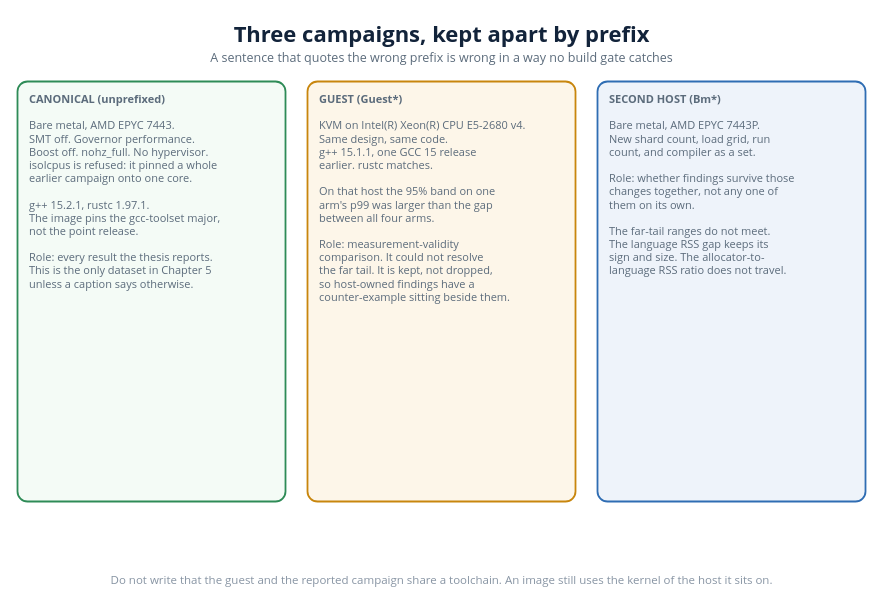
Before: diagrams/review/37_three_campaigns.drawio in VienThanh12/Master-Thesis, a draw.io diagram. Source tidied: cells renumbered, new cells numbered last; positions are measured from the earlier drawing's top-left corner, leaving out a move shared by most shapes. Both pictures are drawn from the tidied source at 100%, with x=0, y=0 at pixel (17, 16).
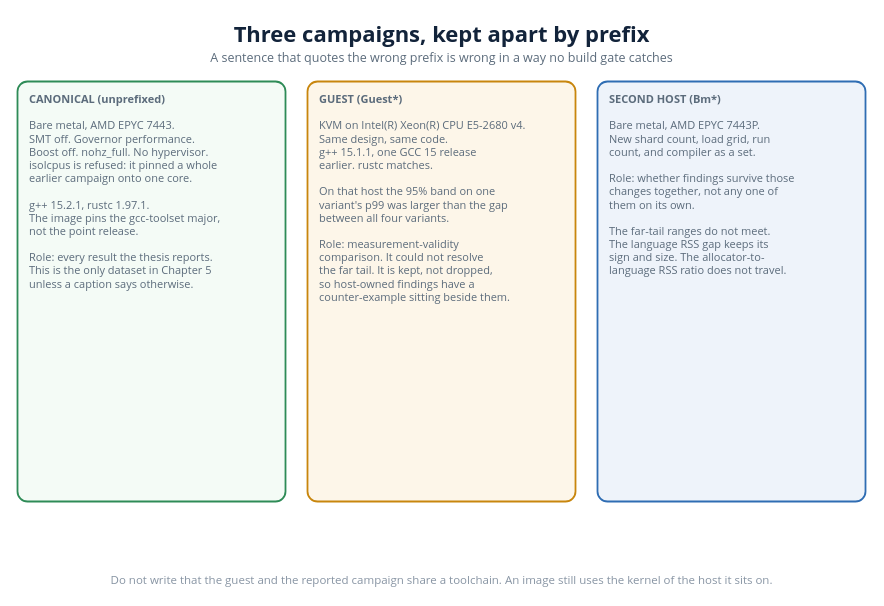
The same page after the edit.

What changed in the source:
```diff
@@
 <mxGraphModel>
   <root>
     <mxCell id="0" />
     <mxCell id="1" parent="0" />
     <mxCell id="2" value="Three campaigns, kept apart by prefix" style="text;html=1;strokeColor=none;fillColor=none;whiteSpace=nowrap;align=center;verticalAlign=middle;fontSize=22;fontColor=#12233a;fontFamily=Segoe UI;fontStyle=1;" parent="1" vertex="1">
       <mxGeometry x="202.2" y="0.1" width="443.6" height="33" as="geometry" />
     </mxCell>
     <mxCell id="3" value="A sentence that quotes the wrong prefix is wrong in a way no build gate catches" style="text;html=1;strokeColor=none;fillColor=none;whiteSpace=nowrap;align=center;verticalAlign=middle;fontSize=12.5;fontColor=#5b6b7b;fontFamily=Segoe UI;" parent="1" vertex="1">
       <mxGeometry x="154.9" y="31.1" width="538.2" height="18.8" as="geometry" />
     </mxCell>
     <mxCell id="4" value="&lt;b&gt;CANONICAL  (unprefixed)&lt;/b&gt;&lt;br&gt;&lt;br&gt;Bare metal, AMD EPYC 7443.&lt;br&gt;SMT off. Governor performance.&lt;br&gt;Boost off. nohz_full. No hypervisor.&lt;br&gt;isolcpus is refused: it pinned a whole&lt;br&gt;earlier campaign onto one core.&lt;br&gt;&lt;br&gt;g++ 15.2.1, rustc 1.97.1.&lt;br&gt;The image pins the gcc-toolset major,&lt;br&gt;not the point release.&lt;br&gt;&lt;br&gt;Role: every result the thesis reports.&lt;br&gt;This is the only dataset in Chapter 5&lt;br&gt;unless a caption says otherwise." style="rounded=1;whiteSpace=wrap;html=1;absoluteArcSize=1;arcSize=20;fillColor=#f4fbf6;strokeColor=#2e8b57;strokeWidth=1.8;align=left;verticalAlign=top;spacingLeft=10;spacingTop=4;spacingRight=6;fontSize=11;fontColor=#5b6b7b;fontFamily=Segoe UI;" parent="1" vertex="1">
       <mxGeometry y="65" width="268" height="420" as="geometry" />
     </mxCell>
-    <mxCell id="5" value="&lt;b&gt;GUEST  (Guest*)&lt;/b&gt;&lt;br&gt;&lt;br&gt;KVM on Intel(R) Xeon(R) CPU E5-2680 v4.&lt;br&gt;Same design, same code.&lt;br&gt;g++ 15.1.1, one GCC 15 release&lt;br&gt;earlier. rustc matches.&lt;br&gt;&lt;br&gt;On that host the 95% band on one&lt;br&gt;arm's p99 was larger than the gap&lt;br&gt;between all four arms.&lt;br&gt;&lt;br&gt;Role: measurement-validity&lt;br&gt;comparison. It could not resolve&lt;br&gt;the far tail. It is kept, not dropped,&lt;br&gt;so host-owned findings have a&lt;br&gt;counter-example sitting beside them." style="rounded=1;whiteSpace=wrap;html=1;absoluteArcSize=1;arcSize=20;fillColor=#fdf6e9;strokeColor=#c8860d;strokeWidth=1.8;align=left;verticalAlign=top;spacingLeft=10;spacingTop=4;spacingRight=6;fontSize=11;fontColor=#5b6b7b;fontFamily=Segoe UI;" parent="1" vertex="1">
+    <mxCell id="5" value="&lt;b&gt;GUEST  (Guest*)&lt;/b&gt;&lt;br&gt;&lt;br&gt;KVM on Intel(R) Xeon(R) CPU E5-2680 v4.&lt;br&gt;Same design, same code.&lt;br&gt;g++ 15.1.1, one GCC 15 release&lt;br&gt;earlier. rustc matches.&lt;br&gt;&lt;br&gt;On that host the 95% band on one&lt;br&gt;variant's p99 was larger than the gap&lt;br&gt;between all four variants.&lt;br&gt;&lt;br&gt;Role: measurement-validity&lt;br&gt;comparison. It could not resolve&lt;br&gt;the far tail. It is kept, not dropped,&lt;br&gt;so host-owned findings have a&lt;br&gt;counter-example sitting beside them." style="rounded=1;whiteSpace=wrap;html=1;absoluteArcSize=1;arcSize=20;fillColor=#fdf6e9;strokeColor=#c8860d;strokeWidth=1.8;align=left;verticalAlign=top;spacingLeft=10;spacingTop=4;spacingRight=6;fontSize=11;fontColor=#5b6b7b;fontFamily=Segoe UI;" parent="1" vertex="1">
       <mxGeometry x="290" y="65" width="268" height="420" as="geometry" />
     </mxCell>
     <mxCell id="6" value="&lt;b&gt;SECOND HOST  (Bm*)&lt;/b&gt;&lt;br&gt;&lt;br&gt;Bare metal, AMD EPYC 7443P.&lt;br&gt;New shard count, load grid, run&lt;br&gt;count, and compiler as a set.&lt;br&gt;&lt;br&gt;Role: whether findings survive those&lt;br&gt;changes together, not any one of&lt;br&gt;them on its own.&lt;br&gt;&lt;br&gt;The far-tail ranges do not meet.&lt;br&gt;The language RSS gap keeps its&lt;br&gt;sign and size. The allocator-to-&lt;br&gt;language RSS ratio does not travel." style="rounded=1;whiteSpace=wrap;html=1;absoluteArcSize=1;arcSize=20;fillColor=#eef3fa;strokeColor=#2f6db3;strokeWidth=1.8;align=left;verticalAlign=top;spacingLeft=10;spacingTop=4;spacingRight=6;fontSize=11;fontColor=#5b6b7b;fontFamily=Segoe UI;" parent="1" vertex="1">
       <mxGeometry x="580" y="65" width="268" height="420" as="geometry" />
     </mxCell>
     <mxCell id="7" value="Do not write that the guest and the reported campaign share a toolchain. An image still uses the kernel of the host it sits on." style="text;html=1;strokeColor=none;fillColor=none;whiteSpace=nowrap;align=center;verticalAlign=middle;fontSize=11.5;fontColor=#8794a3;fontFamily=Segoe UI;" parent="1" vertex="1">
       <mxGeometry x="26" y="554.1" width="796" height="17.2" as="geometry" />
     </mxCell>
   </root>
 </mxGraphModel>
```
